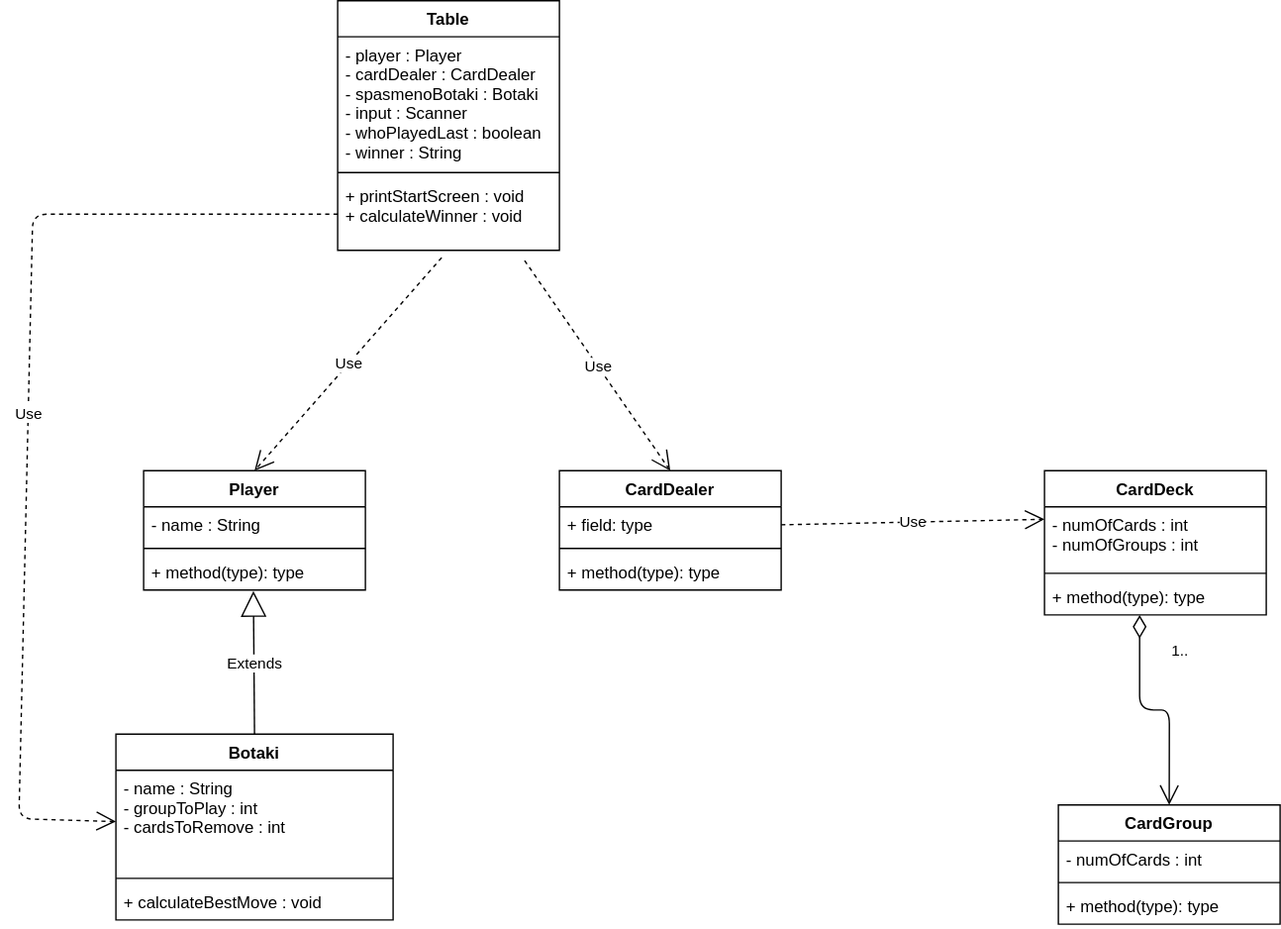
Before: ask2/ask2.drawio.svg, a diagram exported from draw.io (philipAthanasopoulos/Card-io). Source tidied: cells renumbered, new cells last; positions are measured from the earlier drawing's top-left corner, leaving out a move shared by most shapes.
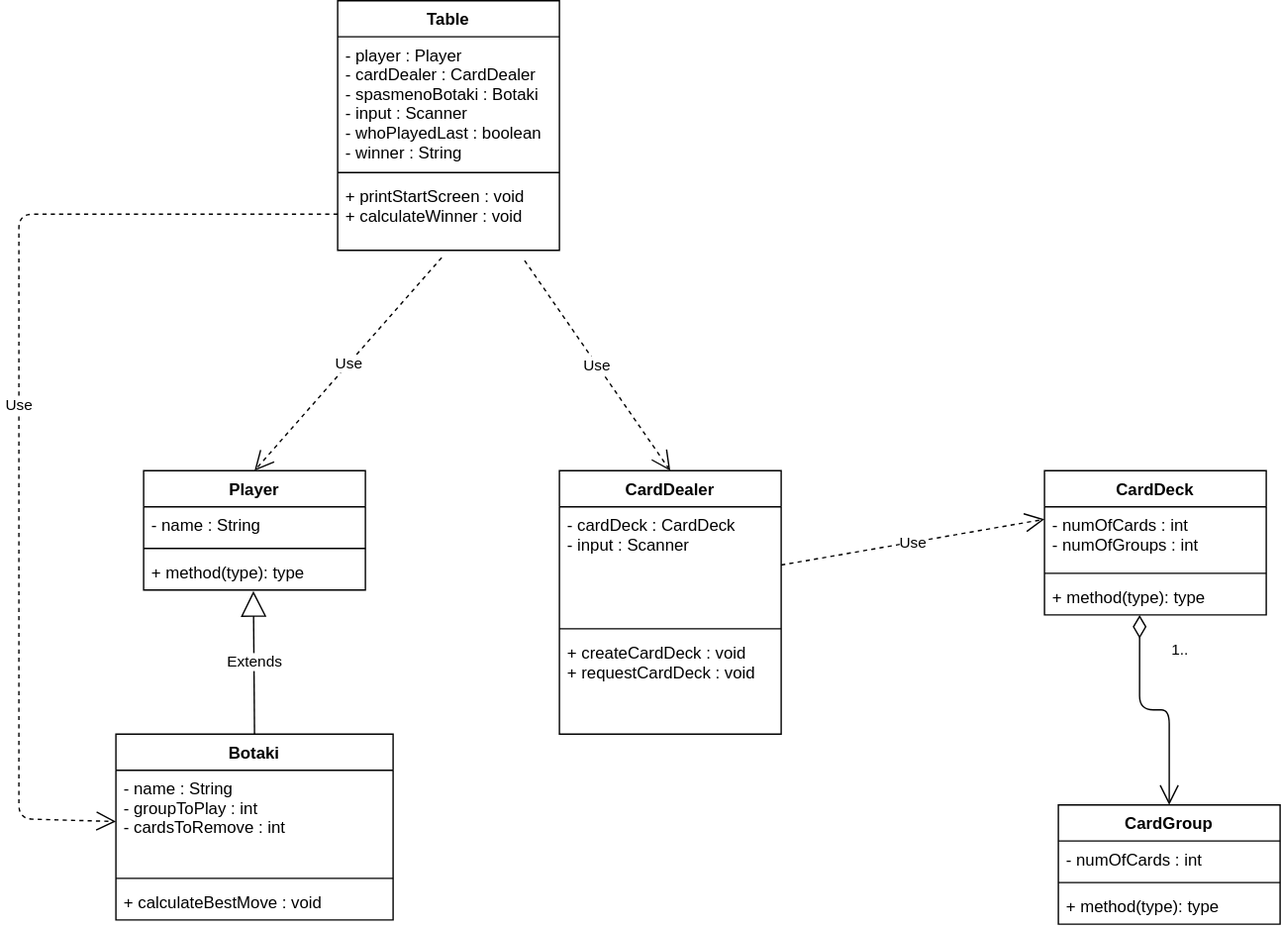
After the change.

Change to the diagram source:
```diff
@@ -30,16 +30,16 @@
       <mxGeometry relative="1" as="geometry" />
     </mxCell>
     <mxCell id="11" value="CardDealer" style="swimlane;fontStyle=1;align=center;verticalAlign=top;horizontal=1;startSize=26;" parent="1" vertex="1">
-      <mxGeometry x="390" y="339" width="160" height="86" as="geometry" />
+      <mxGeometry x="390" y="339" width="160" height="190" as="geometry" />
     </mxCell>
-    <mxCell id="12" value="+ field: type" style="text;strokeColor=none;fillColor=none;align=left;verticalAlign=top;spacingLeft=4;spacingRight=4;overflow=hidden;points=[[0,0.5],[1,0.5]];portConstraint=eastwest;" parent="11" vertex="1">
-      <mxGeometry y="26" width="160" height="26" as="geometry" />
+    <mxCell id="12" value="- cardDeck : CardDeck&#10;- input : Scanner" style="text;strokeColor=none;fillColor=none;align=left;verticalAlign=top;spacingLeft=4;spacingRight=4;overflow=hidden;points=[[0,0.5],[1,0.5]];portConstraint=eastwest;" parent="11" vertex="1">
+      <mxGeometry y="26" width="160" height="84" as="geometry" />
     </mxCell>
     <mxCell id="13" style="line;strokeWidth=1;fillColor=none;align=left;verticalAlign=middle;spacingTop=-1;spacingLeft=3;spacingRight=3;labelPosition=right;strokeColor=inherit;" parent="11" vertex="1">
-      <mxGeometry y="52" width="160" height="8" as="geometry" />
+      <mxGeometry y="110" width="160" height="8" as="geometry" />
     </mxCell>
-    <mxCell id="14" value="+ method(type): type" style="text;strokeColor=none;fillColor=none;align=left;verticalAlign=top;spacingLeft=4;spacingRight=4;overflow=hidden;" parent="11" vertex="1">
-      <mxGeometry y="60" width="160" height="26" as="geometry" />
+    <mxCell id="14" value="+ createCardDeck : void&#10;+ requestCardDeck : void&#10;" style="text;strokeColor=none;fillColor=none;align=left;verticalAlign=top;spacingLeft=4;spacingRight=4;overflow=hidden;" parent="11" vertex="1">
+      <mxGeometry y="118" width="160" height="72" as="geometry" />
     </mxCell>
     <mxCell id="15" value="CardDeck" style="swimlane;fontStyle=1;align=center;verticalAlign=top;horizontal=1;startSize=26;" parent="1" vertex="1">
       <mxGeometry x="740" y="339" width="160" height="104" as="geometry" />
@@ -92,7 +92,7 @@
     <mxCell id="31" value="Use" style="endArrow=open;endSize=12;dashed=1;html=1;exitX=0;exitY=0.5;exitDx=0;exitDy=0;entryX=0;entryY=0.5;entryDx=0;entryDy=0;" parent="1" edge="1" source="28" target="7">
       <mxGeometry relative="1" as="geometry">
         <Array as="points">
-          <mxPoint x="10" y="154" />
+          <mxPoint y="154" />
           <mxPoint y="590" />
         </Array>
       </mxGeometry>
```
